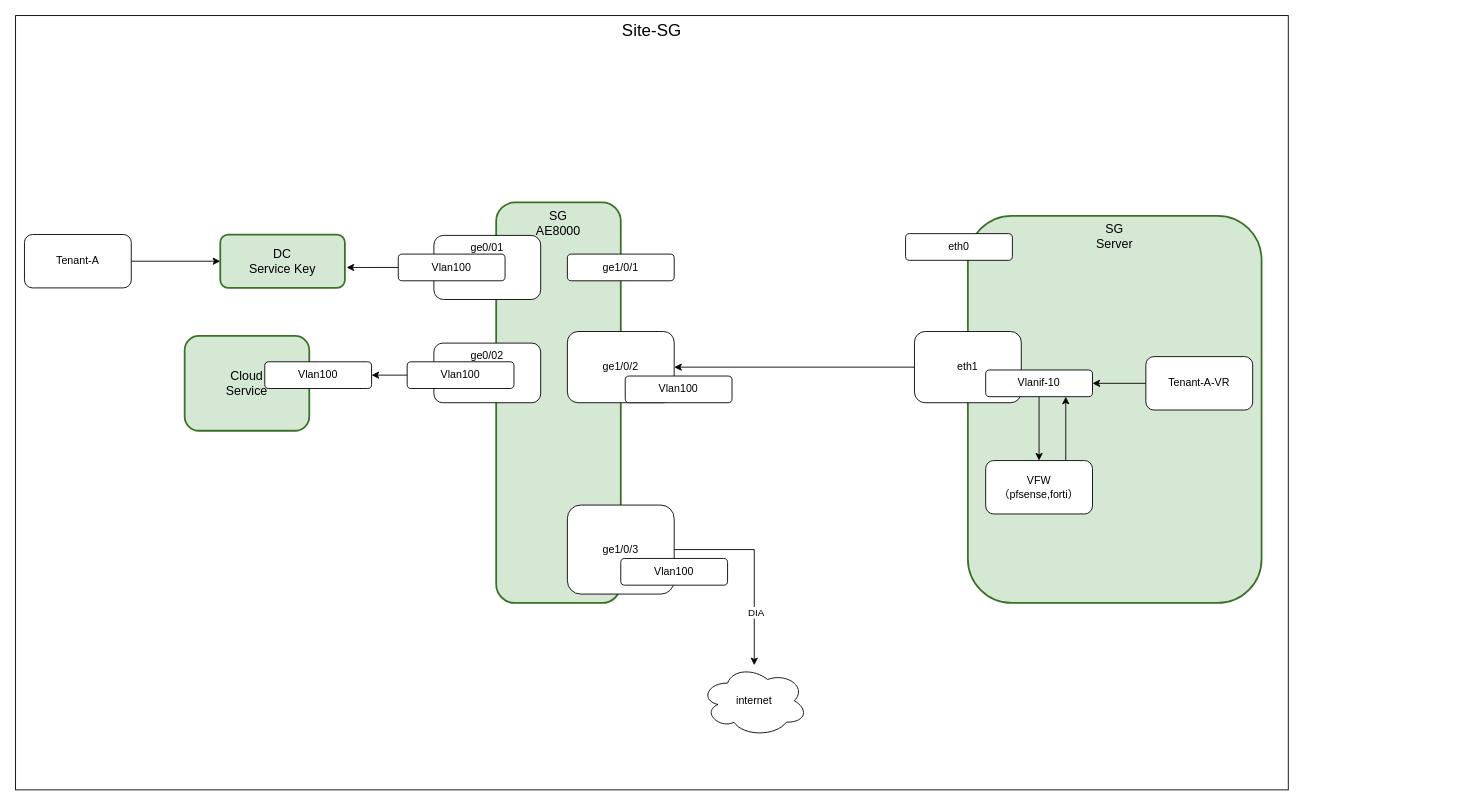
Above: page "Overlay-servicechain" (6 of 6) of arc.drawio in seansuming/ags-sdn-arc (draw.io), before the change. Source tidied: cells renumbered, new cells numbered last; positions are measured from the earlier drawing's top-left corner, leaving out a move shared by most shapes. Both pictures are drawn from the tidied source at 89%, with x=0, y=0 at pixel (15, 15).
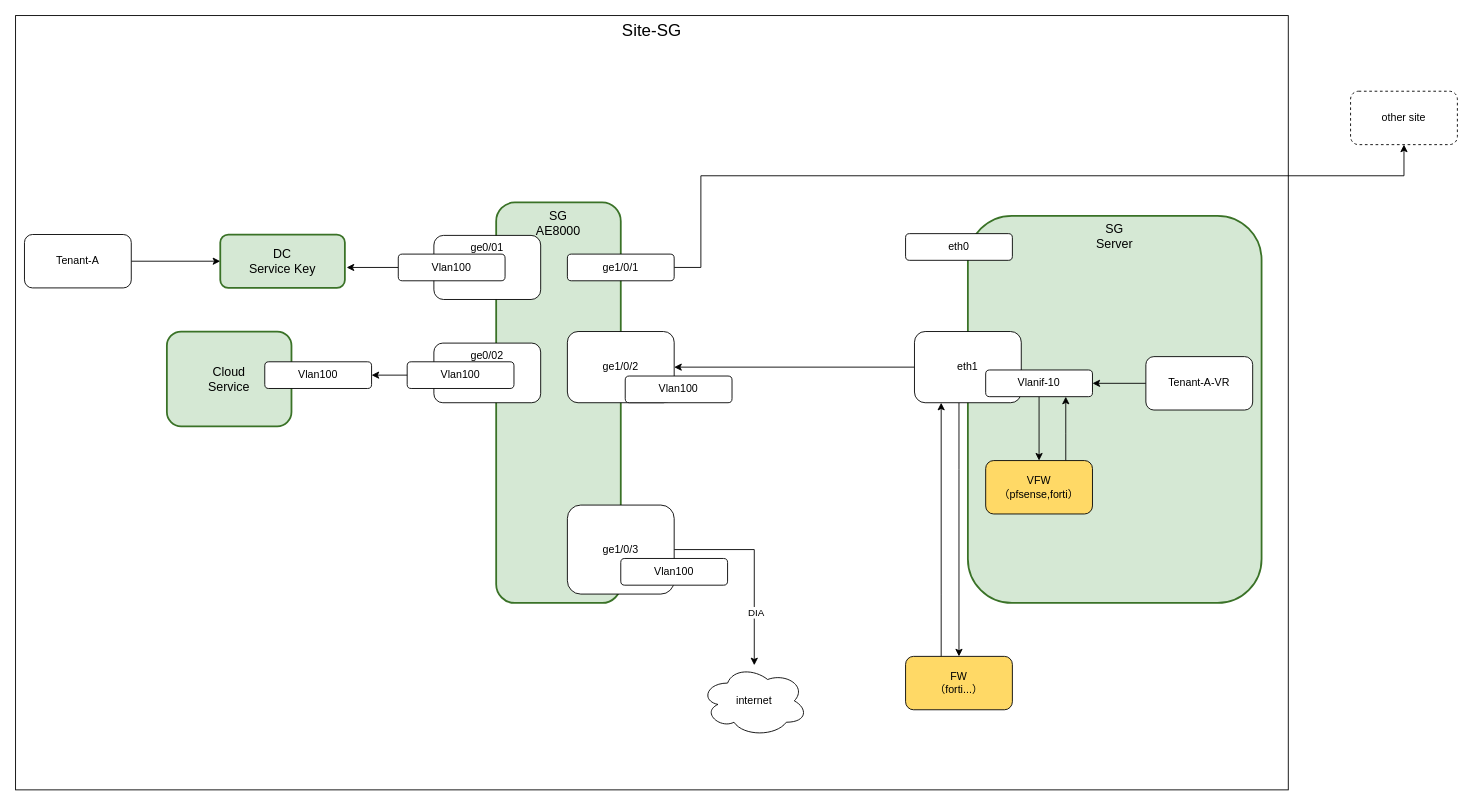
After the change.

Unchanged cells that the change refers to:
```xml
<mxCell id="10" value="ge1/0/1" style="rounded=1;whiteSpace=wrap;html=1;" parent="1" vertex="1">
  <mxGeometry x="620" y="268" width="120" height="30" as="geometry" />
</mxCell>
<mxCell id="14" value="eth1" style="rounded=1;whiteSpace=wrap;html=1;" parent="1" vertex="1">
  <mxGeometry x="1010" y="355" width="120" height="80" as="geometry" />
</mxCell>
```

What changed in the source:
```diff
@@
     <mxCell id="9" value="Cloud&lt;div&gt;Service&lt;/div&gt;" style="rounded=1;whiteSpace=wrap;html=1;fillColor=#d5e8d4;strokeColor=#3a7227;strokeWidth=2;fontSize=14;" parent="1" vertex="1">
-      <mxGeometry x="190" y="360" width="140" height="106.5" as="geometry" />
+      <mxGeometry x="170" y="355" width="140" height="106.5" as="geometry" />
     </mxCell>
+    <mxCell id="34" style="edgeStyle=orthogonalEdgeStyle;rounded=0;jettySize=auto;html=1;" parent="1" edge="1" source="10" target="36">
+      <mxGeometry relative="1" as="geometry">
+        <Array as="points">
+          <mxPoint x="770" y="283" />
+          <mxPoint x="770" y="180" />
+          <mxPoint x="1560" y="180" />
+        </Array>
+      </mxGeometry>
+    </mxCell>
@@
+    <mxCell id="35" style="edgeStyle=orthogonalEdgeStyle;rounded=0;jettySize=auto;html=1;" parent="1" edge="1" source="14" target="38">
+      <mxGeometry relative="1" as="geometry">
+        <Array as="points">
+          <mxPoint x="1060" y="510" />
+          <mxPoint x="1060" y="510" />
+        </Array>
+      </mxGeometry>
+    </mxCell>
@@
-    <mxCell id="33" value="VFW&lt;div&gt;（pfsense,&lt;span style=&quot;background-color: transparent; color: light-dark(rgb(0, 0, 0), rgb(255, 255, 255));&quot;&gt;forti）&lt;/span&gt;&lt;/div&gt;" style="rounded=1;whiteSpace=wrap;html=1;" parent="1" vertex="1">
+    <mxCell id="33" value="VFW&lt;div&gt;（pfsense,&lt;span style=&quot;background-color: transparent; color: light-dark(rgb(0, 0, 0), rgb(255, 255, 255));&quot;&gt;forti）&lt;/span&gt;&lt;/div&gt;" style="rounded=1;whiteSpace=wrap;html=1;fillColor=#FFD966;" parent="1" vertex="1">
       <mxGeometry x="1090" y="500" width="120" height="60" as="geometry" />
     </mxCell>
+    <mxCell id="36" value="other site" style="whiteSpace=wrap;html=1;rounded=1;dashed=1;" parent="1" vertex="1">
+      <mxGeometry x="1500" y="85" width="120" height="60" as="geometry" />
+    </mxCell>
+    <mxCell id="37" style="edgeStyle=orthogonalEdgeStyle;rounded=0;jettySize=auto;html=1;entryX=0.25;entryY=1;entryDx=0;entryDy=0;" parent="1" edge="1" source="38" target="14">
+      <mxGeometry relative="1" as="geometry">
+        <Array as="points">
+          <mxPoint x="1040" y="650" />
+          <mxPoint x="1040" y="650" />
+        </Array>
+      </mxGeometry>
+    </mxCell>
+    <mxCell id="38" value="FW&lt;div&gt;（&lt;span style=&quot;background-color: transparent; color: light-dark(rgb(0, 0, 0), rgb(255, 255, 255));&quot;&gt;forti...）&lt;/span&gt;&lt;/div&gt;" style="rounded=1;whiteSpace=wrap;html=1;fillColor=#FFD966;" parent="1" vertex="1">
+      <mxGeometry x="1000" y="720" width="120" height="60" as="geometry" />
+    </mxCell>
```
